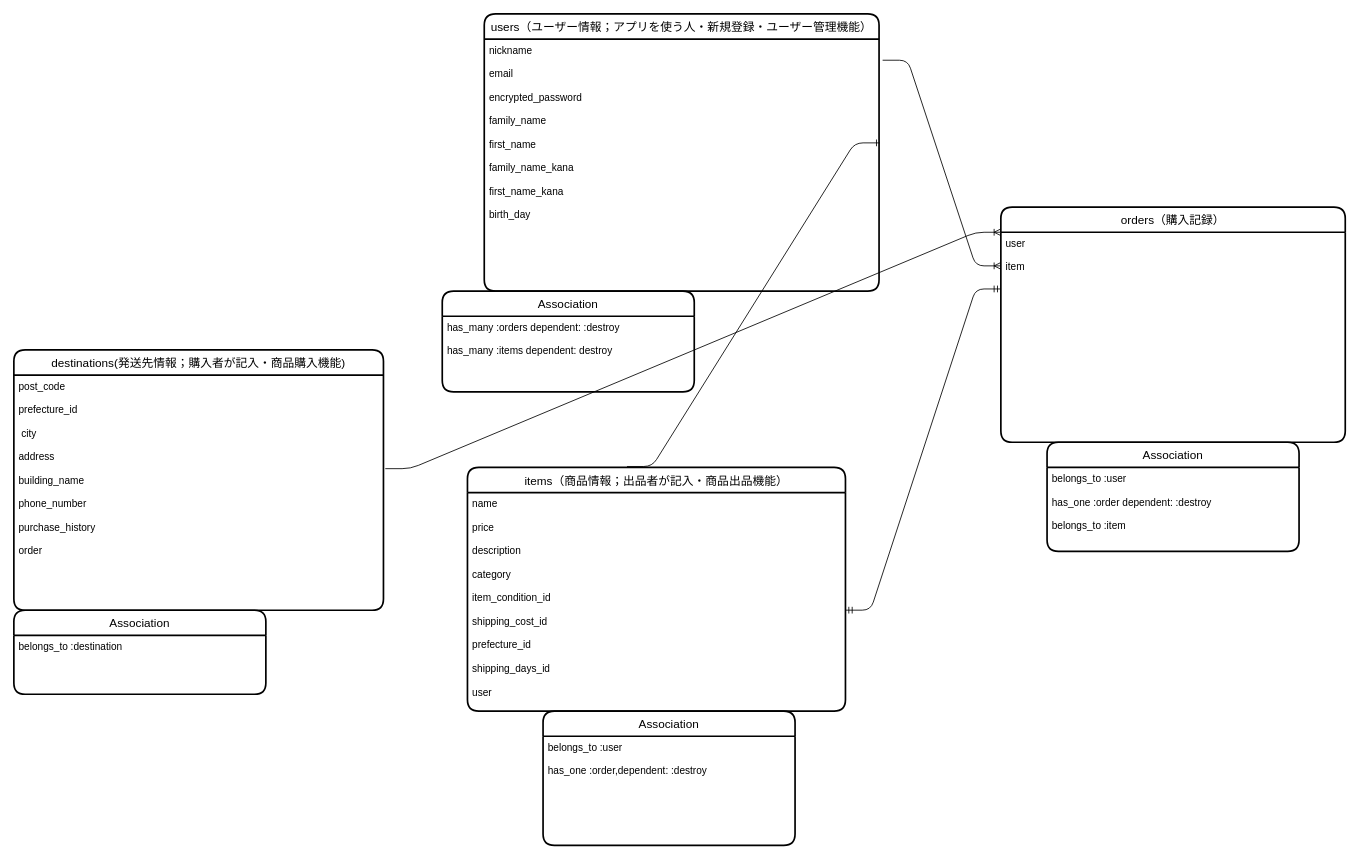
This is furima.dio from donrow007/furima-38283, a draw.io file, before an edit. Source tidied: cells renumbered, new cells numbered last; positions are measured from the earlier drawing's top-left corner, leaving out a move shared by most shapes. Both pictures are drawn from the tidied source at 84%, with x=0, y=0 at pixel (13, 13).
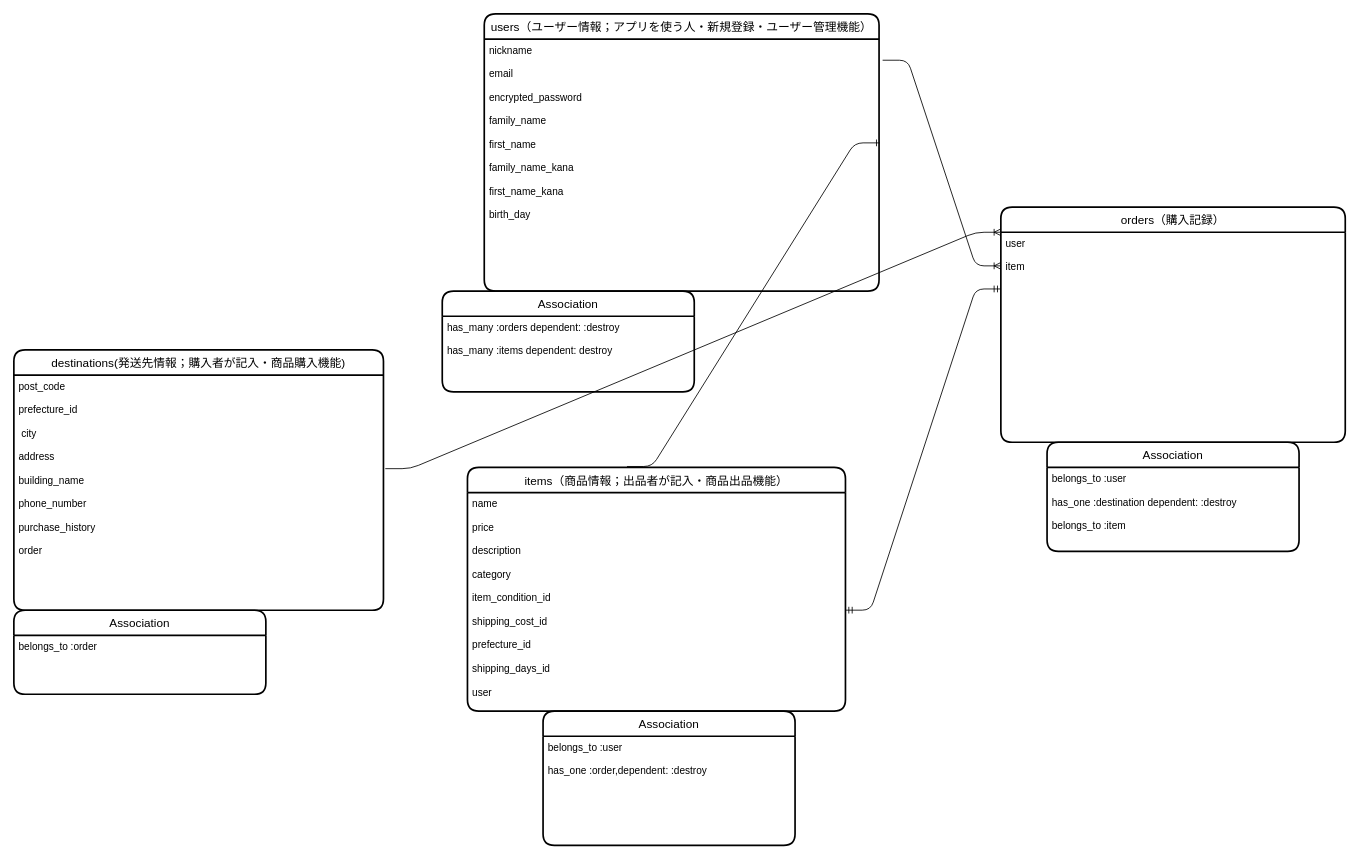
Above is the later version.

The change refers to these unchanged cells:
```xml
<mxCell id="13" value="Association" style="swimlane;horizontal=1;startSize=30;rounded=1;fontSize=14;fontStyle=0;strokeWidth=2;shadow=0;dashed=0;align=center;" parent="1" vertex="1">
  <mxGeometry x="1230" y="510" width="300" height="130" as="geometry" />
</mxCell>
<mxCell id="21" value="Association" style="swimlane;horizontal=1;startSize=30;rounded=1;fontSize=14;fontStyle=0;strokeWidth=2;shadow=0;dashed=0;align=center;" parent="1" vertex="1">
  <mxGeometry y="710" width="300" height="100" as="geometry" />
</mxCell>
```

What changed in the source:
```diff
@@
-    <mxCell id="14" value="belongs_to :user&#10;&#10;has_one :order dependent: :destroy&#10;&#10;belongs_to :item" style="align=left;strokeColor=none;fillColor=none;spacingLeft=4;fontSize=12;verticalAlign=top;" parent="13" vertex="1">
+    <mxCell id="14" value="belongs_to :user&#10;&#10;has_one :destination dependent: :destroy&#10;&#10;belongs_to :item" style="align=left;strokeColor=none;fillColor=none;spacingLeft=4;fontSize=12;verticalAlign=top;" parent="13" vertex="1">
       <mxGeometry y="30" width="300" height="100" as="geometry" />
     </mxCell>
@@
-    <mxCell id="22" value="belongs_to :destination" style="align=left;strokeColor=none;fillColor=none;spacingLeft=4;fontSize=12;verticalAlign=top;" parent="21" vertex="1">
+    <mxCell id="22" value="belongs_to :order" style="align=left;strokeColor=none;fillColor=none;spacingLeft=4;fontSize=12;verticalAlign=top;" parent="21" vertex="1">
       <mxGeometry y="30" width="300" height="70" as="geometry" />
     </mxCell>
```
